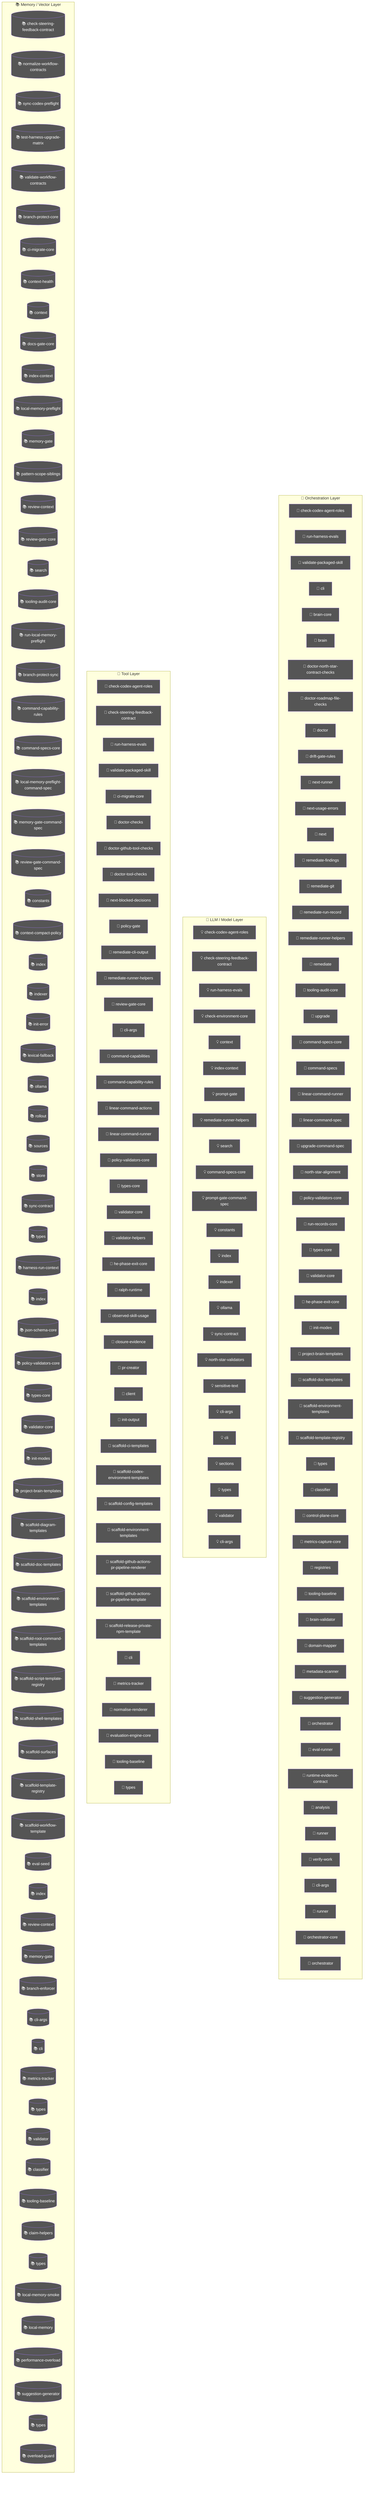
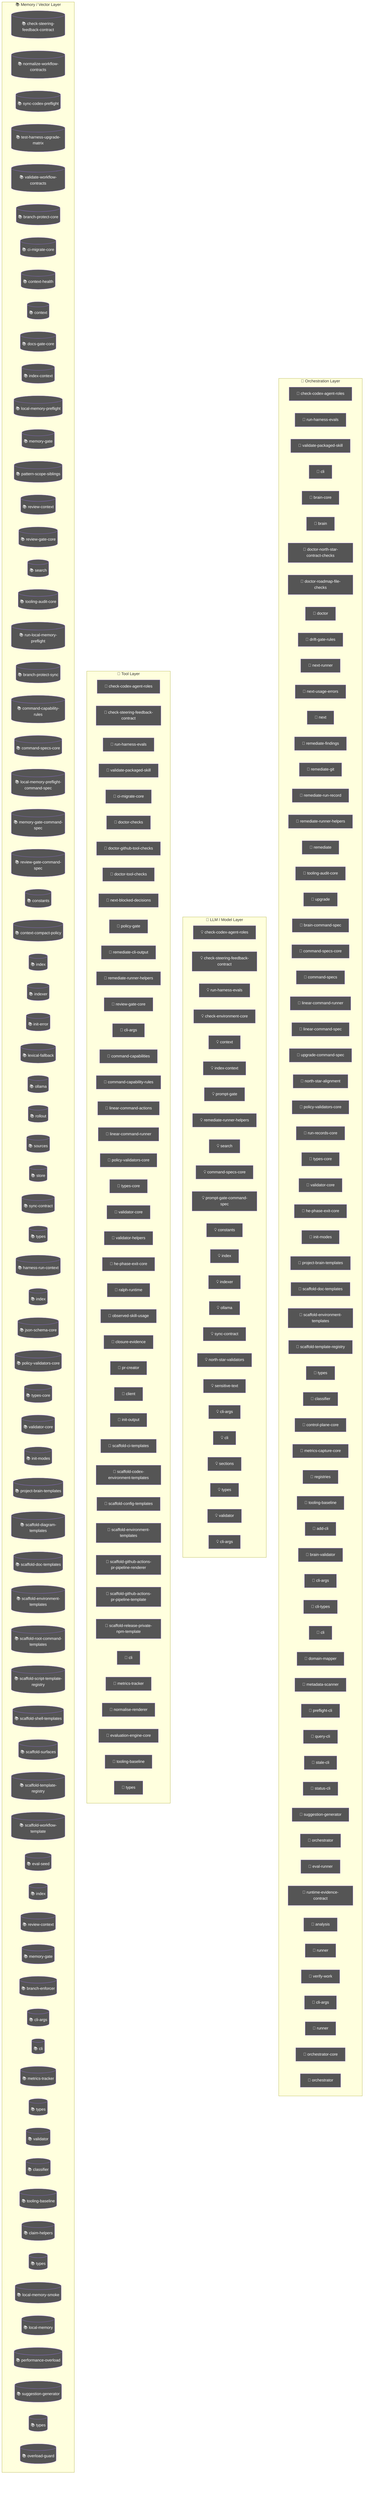
flowchart TD
  subgraph Orchestration["🎯 Orchestration Layer"]
    node_agent_mmd_orchestration_layer_orchestration_chec_7a9f0b64["🤖 check-codex-agent-roles"]
    node_agent_mmd_orchestration_layer_orchestration_run__18817957["🤖 run-harness-evals"]
    node_agent_mmd_orchestration_layer_orchestration_vali_c01b04be["🤖 validate-packaged-skill"]
    cli_99bb8840["🤖 cli"]
    brain_core_aa07c380["🤖 brain-core"]
    brain_bbbf7a64["🤖 brain"]
    doctor_north_star_contract_checks_0048124c["🤖 doctor-north-star-contract-checks"]
    doctor_roadmap_file_checks_14447b8e["🤖 doctor-roadmap-file-checks"]
    doctor_72f4be89["🤖 doctor"]
    drift_gate_rules_9685e72d["🤖 drift-gate-rules"]
    next_runner_41643472["🤖 next-runner"]
    next_usage_errors_837a345a["🤖 next-usage-errors"]
    next_c6c1c9a9["🤖 next"]
    remediate_findings_8b09c8c6["🤖 remediate-findings"]
    remediate_git_58c6f6f4["🤖 remediate-git"]
    remediate_run_record_9dfe5dc1["🤖 remediate-run-record"]
    node_agent_mmd_orchestration_layer_orchestration_reme_359fe98f["🤖 remediate-runner-helpers"]
    remediate_06b9c7fc["🤖 remediate"]
    node_agent_mmd_orchestration_layer_orchestration_tool_acfe0c01["🤖 tooling-audit-core"]
    upgrade_7fef9479["🤖 upgrade"]
+     brain_command_spec_15b122d5["🤖 brain-command-spec"]
    node_agent_mmd_orchestration_layer_orchestration_comm_1f8cc24c["🤖 command-specs-core"]
    command_specs_69167c63["🤖 command-specs"]
    node_agent_mmd_orchestration_layer_orchestration_line_b67affd5["🤖 linear-command-runner"]
    linear_command_spec_1e12dd44["🤖 linear-command-spec"]
    upgrade_command_spec_03f6c7bd["🤖 upgrade-command-spec"]
    north_star_alignment_00440188["🤖 north-star-alignment"]
    node_agent_mmd_orchestration_layer_orchestration_poli_3270b55d["🤖 policy-validators-core"]
    run_records_core_89286dfa["🤖 run-records-core"]
    node_agent_mmd_orchestration_layer_orchestration_type_7cf81261["🤖 types-core"]
    node_agent_mmd_orchestration_layer_orchestration_vali_d9fe99e6["🤖 validator-core"]
    node_agent_mmd_orchestration_layer_orchestration_he_p_fc778c24["🤖 he-phase-exit-core"]
    node_agent_mmd_orchestration_layer_orchestration_init_2a9c3ecb["🤖 init-modes"]
    node_agent_mmd_orchestration_layer_orchestration_proj_6ab6f60f["🤖 project-brain-templates"]
    node_agent_mmd_orchestration_layer_orchestration_scaf_12cc07db["🤖 scaffold-doc-templates"]
    node_agent_mmd_orchestration_layer_orchestration_scaf_c9a90c2f["🤖 scaffold-environment-templates"]
    node_agent_mmd_orchestration_layer_orchestration_scaf_ff8f92f6["🤖 scaffold-template-registry"]
    types_9_1db4641f["🤖 types"]
    node_agent_mmd_orchestration_layer_orchestration_clas_899b821a["🤖 classifier"]
    control_plane_core_db3b4cb2["🤖 control-plane-core"]
    metrics_capture_core_db4bf7cf["🤖 metrics-capture-core"]
    registries_06402afa["🤖 registries"]
    node_agent_mmd_orchestration_layer_orchestration_tool_cc43149f["🤖 tooling-baseline"]
+     add_cli_7614de25["🤖 add-cli"]
    brain_validator_be251832["🤖 brain-validator"]
+     cli_args_8_d546936e["🤖 cli-args"]
+     cli_types_1686e858["🤖 cli-types"]
+     cli_7_dc4a9f7f["🤖 cli"]
    domain_mapper_cd9333d2["🤖 domain-mapper"]
    metadata_scanner_6a101b66["🤖 metadata-scanner"]
+     preflight_cli_5d148379["🤖 preflight-cli"]
+     query_cli_b95be64d["🤖 query-cli"]
+     stale_cli_64548720["🤖 stale-cli"]
+     status_cli_4c24a0d6["🤖 status-cli"]
    node_agent_mmd_orchestration_layer_orchestration_sugg_85c5ebe3["🤖 suggestion-generator"]
    orchestrator_11376b7e["🤖 orchestrator"]
    eval_runner_0966a6b3["🤖 eval-runner"]
    runtime_evidence_contract_0f7b15b2["🤖 runtime-evidence-contract"]
    analysis_f44e85c4["🤖 analysis"]
    runner_527aa9f4["🤖 runner"]
    verify_work_1_cd8e7ec3["🤖 verify-work"]
-     cli_args_13_c585e27d["🤖 cli-args"]
+     cli_args_14_3481043e["🤖 cli-args"]
    runner_1_6f281bf8["🤖 runner"]
    orchestrator_core_d0678b53["🤖 orchestrator-core"]
    orchestrator_1_6b7137c5["🤖 orchestrator"]
  end
  subgraph LLMLayer["🧠 LLM / Model Layer"]
    node_agent_mmd_llm_model_layer_llmlayer_check_codex_a_29e7b7fa["💡 check-codex-agent-roles"]
    node_agent_mmd_llm_model_layer_llmlayer_check_steerin_a7dbbd2f["💡 check-steering-feedback-contract"]
    node_agent_mmd_llm_model_layer_llmlayer_run_harness_e_603fcfdc["💡 run-harness-evals"]
    check_environment_core_2c16213f["💡 check-environment-core"]
    node_agent_mmd_llm_model_layer_llmlayer_context_conte_ad2dfbd9["💡 context"]
    node_agent_mmd_llm_model_layer_llmlayer_index_context_1041bd11["💡 index-context"]
    prompt_gate_c5e9d207["💡 prompt-gate"]
    node_agent_mmd_llm_model_layer_llmlayer_remediate_run_9e3d4585["💡 remediate-runner-helpers"]
    node_agent_mmd_llm_model_layer_llmlayer_search_search_66b9a911["💡 search"]
    node_agent_mmd_llm_model_layer_llmlayer_command_specs_782af9fa["💡 command-specs-core"]
    prompt_gate_command_spec_9a941482["💡 prompt-gate-command-spec"]
    node_agent_mmd_llm_model_layer_llmlayer_constants_con_c9bd3f6c["💡 constants"]
    node_agent_mmd_llm_model_layer_llmlayer_index_index_1_02e160ff["💡 index"]
    node_agent_mmd_llm_model_layer_llmlayer_indexer_index_4f4deef5["💡 indexer"]
    node_agent_mmd_llm_model_layer_llmlayer_ollama_ollama_968b23fa["💡 ollama"]
    node_agent_mmd_llm_model_layer_llmlayer_sync_contract_9f3cc8c1["💡 sync-contract"]
    north_star_validators_cfc926ce["💡 north-star-validators"]
    sensitive_text_7c11f760["💡 sensitive-text"]
-     cli_args_8_d546936e["💡 cli-args"]
-     cli_7_dc4a9f7f["💡 cli"]
+     cli_args_9_9c136878["💡 cli-args"]
+     cli_8_e3a6ce03["💡 cli"]
    sections_4697ef32["💡 sections"]
    types_19_eb4ad5f0["💡 types"]
    validator_6_3688adbf["💡 validator"]
-     cli_args_9_9c136878["💡 cli-args"]
+     cli_args_10_861cdd3f["💡 cli-args"]
  end
  subgraph ToolLayer["🔧 Tool Layer"]
    node_agent_mmd_tool_layer_toollayer_check_codex_agent_4b361d5a["🔧 check-codex-agent-roles"]
    node_agent_mmd_tool_layer_toollayer_check_steering_fe_84ed22c2["🔧 check-steering-feedback-contract"]
    node_agent_mmd_tool_layer_toollayer_run_harness_evals_e2ee24f1["🔧 run-harness-evals"]
    node_agent_mmd_tool_layer_toollayer_validate_packaged_f6ed6f12["🔧 validate-packaged-skill"]
    node_agent_mmd_tool_layer_toollayer_ci_migrate_core_c_049f8460["🔧 ci-migrate-core"]
    doctor_checks_5a2eb2b9["🔧 doctor-checks"]
    doctor_github_tool_checks_a53b0382["🔧 doctor-github-tool-checks"]
    doctor_tool_checks_4acac51a["🔧 doctor-tool-checks"]
    next_blocked_decisions_4140ad2b["🔧 next-blocked-decisions"]
    policy_gate_213f7313["🔧 policy-gate"]
    remediate_cli_output_cc165396["🔧 remediate-cli-output"]
    node_agent_mmd_tool_layer_toollayer_remediate_runner__c003b871["🔧 remediate-runner-helpers"]
    node_agent_mmd_tool_layer_toollayer_review_gate_core__7704598b["🔧 review-gate-core"]
    cli_args_1_6144b055["🔧 cli-args"]
    command_capabilities_a4d5c71e["🔧 command-capabilities"]
    node_agent_mmd_tool_layer_toollayer_command_capabilit_e97a4615["🔧 command-capability-rules"]
    linear_command_actions_e430f4f4["🔧 linear-command-actions"]
    node_agent_mmd_tool_layer_toollayer_linear_command_ru_d6763748["🔧 linear-command-runner"]
    node_agent_mmd_tool_layer_toollayer_policy_validators_af136abf["🔧 policy-validators-core"]
    node_agent_mmd_tool_layer_toollayer_types_core_types__6c8319b6["🔧 types-core"]
    node_agent_mmd_tool_layer_toollayer_validator_core_va_6ef6131f["🔧 validator-core"]
    validator_helpers_7b927667["🔧 validator-helpers"]
    node_agent_mmd_tool_layer_toollayer_he_phase_exit_cor_af016160["🔧 he-phase-exit-core"]
    ralph_runtime_73d63c0e["🔧 ralph-runtime"]
    observed_skill_usage_ed7d5930["🔧 observed-skill-usage"]
    closure_evidence_aaa31467["🔧 closure-evidence"]
    pr_creator_dc6b1ea4["🔧 pr-creator"]
    client_948fe603["🔧 client"]
    init_output_360dce91["🔧 init-output"]
    scaffold_ci_templates_2afd6392["🔧 scaffold-ci-templates"]
    scaffold_codex_environment_templates_334fbbed["🔧 scaffold-codex-environment-templates"]
    scaffold_config_templates_4b80ce53["🔧 scaffold-config-templates"]
    node_agent_mmd_tool_layer_toollayer_scaffold_environm_c1afc013["🔧 scaffold-environment-templates"]
    scaffold_github_actions_pr_pipeline_renderer_1ee18de5["🔧 scaffold-github-actions-pr-pipeline-renderer"]
    scaffold_github_actions_pr_pipeline_template_e2b85f62["🔧 scaffold-github-actions-pr-pipeline-template"]
    scaffold_release_private_npm_template_075499f8["🔧 scaffold-release-private-npm-template"]
    node_agent_mmd_tool_layer_toollayer_cli_cli_2_1_32d9eeaf["🔧 cli"]
    node_agent_mmd_tool_layer_toollayer_metrics_tracker_m_4c9237d8["🔧 metrics-tracker"]
    normalise_renderer_85f2e563["🔧 normalise-renderer"]
    evaluation_engine_core_e054fe49["🔧 evaluation-engine-core"]
    node_agent_mmd_tool_layer_toollayer_tooling_baseline__61e66e9f["🔧 tooling-baseline"]
    types_25_89d086aa["🔧 types"]
  end
  subgraph MemoryLayer["📚 Memory / Vector Layer"]
    node_agent_mmd_memory_vector_layer_memorylayer_check__d71f8993[("📚 check-steering-feedback-contract")]
    normalize_workflow_contracts_8701f1c8[("📚 normalize-workflow-contracts")]
    sync_codex_preflight_7e7a8dc2[("📚 sync-codex-preflight")]
    test_harness_upgrade_matrix_84113c4e[("📚 test-harness-upgrade-matrix")]
    validate_workflow_contracts_33dc063c[("📚 validate-workflow-contracts")]
    branch_protect_core_a8feb0fd[("📚 branch-protect-core")]
    node_agent_mmd_memory_vector_layer_memorylayer_ci_mig_0cd5b1a4[("📚 ci-migrate-core")]
    context_health_80bb7da9[("📚 context-health")]
    node_agent_mmd_memory_vector_layer_memorylayer_contex_78ceaaa9[("📚 context")]
    docs_gate_core_eb9b6c18[("📚 docs-gate-core")]
    node_agent_mmd_memory_vector_layer_memorylayer_index__6f3402d0[("📚 index-context")]
    local_memory_preflight_dcc36c42[("📚 local-memory-preflight")]
    memory_gate_a577a506[("📚 memory-gate")]
    pattern_scope_siblings_43abe000[("📚 pattern-scope-siblings")]
    review_context_ca6cf81d[("📚 review-context")]
    node_agent_mmd_memory_vector_layer_memorylayer_review_5bee9816[("📚 review-gate-core")]
    node_agent_mmd_memory_vector_layer_memorylayer_search_ac35cb7e[("📚 search")]
    node_agent_mmd_memory_vector_layer_memorylayer_toolin_a1185b8f[("📚 tooling-audit-core")]
    run_local_memory_preflight_36e92808[("📚 run-local-memory-preflight")]
    branch_protect_sync_570adb18[("📚 branch-protect-sync")]
    node_agent_mmd_memory_vector_layer_memorylayer_comman_c72a5d05[("📚 command-capability-rules")]
    node_agent_mmd_memory_vector_layer_memorylayer_comman_111eb454[("📚 command-specs-core")]
    local_memory_preflight_command_spec_9e23f3ce[("📚 local-memory-preflight-command-spec")]
    memory_gate_command_spec_dc9001a9[("📚 memory-gate-command-spec")]
    review_gate_command_spec_3187376a[("📚 review-gate-command-spec")]
    node_agent_mmd_memory_vector_layer_memorylayer_consta_702d3f46[("📚 constants")]
    context_compact_policy_3dcaf95d[("📚 context-compact-policy")]
    node_agent_mmd_memory_vector_layer_memorylayer_index__752bc61e[("📚 index")]
    node_agent_mmd_memory_vector_layer_memorylayer_indexe_93e6d86f[("📚 indexer")]
    init_error_5c7dd49f[("📚 init-error")]
    lexical_fallback_723e2b3e[("📚 lexical-fallback")]
    node_agent_mmd_memory_vector_layer_memorylayer_ollama_6d51be16[("📚 ollama")]
    rollout_a4fa034c[("📚 rollout")]
    sources_878a52fc[("📚 sources")]
    store_824d80d7[("📚 store")]
    node_agent_mmd_memory_vector_layer_memorylayer_sync_c_e43418bc[("📚 sync-contract")]
    types_4_822d0f88[("📚 types")]
    harness_run_context_ac7c77a9[("📚 harness-run-context")]
    index_1_faebc14e[("📚 index")]
    json_schema_core_96d7e328[("📚 json-schema-core")]
    node_agent_mmd_memory_vector_layer_memorylayer_policy_1944de42[("📚 policy-validators-core")]
    node_agent_mmd_memory_vector_layer_memorylayer_types__83f369fa[("📚 types-core")]
    node_agent_mmd_memory_vector_layer_memorylayer_valida_41034356[("📚 validator-core")]
    node_agent_mmd_memory_vector_layer_memorylayer_init_m_333d02c5[("📚 init-modes")]
    node_agent_mmd_memory_vector_layer_memorylayer_projec_3ae304d9[("📚 project-brain-templates")]
    scaffold_diagram_templates_dd88e83c[("📚 scaffold-diagram-templates")]
    node_agent_mmd_memory_vector_layer_memorylayer_scaffo_5fd73b94[("📚 scaffold-doc-templates")]
    node_agent_mmd_memory_vector_layer_memorylayer_scaffo_12b42341[("📚 scaffold-environment-templates")]
    scaffold_root_command_templates_404fed7f[("📚 scaffold-root-command-templates")]
    scaffold_script_template_registry_69312d4e[("📚 scaffold-script-template-registry")]
    scaffold_shell_templates_0ad0f915[("📚 scaffold-shell-templates")]
    scaffold_surfaces_12d6494e[("📚 scaffold-surfaces")]
    node_agent_mmd_memory_vector_layer_memorylayer_scaffo_a86eece1[("📚 scaffold-template-registry")]
    scaffold_workflow_template_92310587[("📚 scaffold-workflow-template")]
    eval_seed_5699fd3e[("📚 eval-seed")]
    index_4_013aa0e3[("📚 index")]
    review_context_1_e3afed15[("📚 review-context")]
    memory_gate_1_265164ac[("📚 memory-gate")]
    branch_enforcer_acb749cd[("📚 branch-enforcer")]
    cli_args_5_09ea29f0[("📚 cli-args")]
    node_agent_mmd_memory_vector_layer_memorylayer_cli_cl_1f1f89ab[("📚 cli")]
    node_agent_mmd_memory_vector_layer_memorylayer_metric_12562178[("📚 metrics-tracker")]
    types_11_4be3ee64[("📚 types")]
    validator_4_5180cf23[("📚 validator")]
    node_agent_mmd_memory_vector_layer_memorylayer_classi_1ebbf5ff[("📚 classifier")]
    node_agent_mmd_memory_vector_layer_memorylayer_toolin_14f86b00[("📚 tooling-baseline")]
    claim_helpers_20dc8387[("📚 claim-helpers")]
    types_16_0fae1112[("📚 types")]
    local_memory_smoke_1175abfc[("📚 local-memory-smoke")]
    local_memory_0db17ecc[("📚 local-memory")]
    performance_overload_c685bfcf[("📚 performance-overload")]
    node_agent_mmd_memory_vector_layer_memorylayer_sugges_267f408d[("📚 suggestion-generator")]
    types_23_4352ee2e[("📚 types")]
    overload_guard_2748c559[("📚 overload-guard")]
  end
  classDef agentNode fill:#555,color:#fff
-   class node_agent_mmd_orchestration_layer_orchestration_chec_7a9f0b64,node_agent_mmd_llm_model_layer_llmlayer_check_codex_a_29e7b7fa,node_agent_mmd_tool_layer_toollayer_check_codex_agent_4b361d5a,node_agent_mmd_orchestration_layer_orchestration_run__18817957,node_agent_mmd_llm_model_layer_llmlayer_run_harness_e_603fcfdc,node_agent_mmd_tool_layer_toollayer_run_harness_evals_e2ee24f1,node_agent_mmd_orchestration_layer_orchestration_vali_c01b04be,node_agent_mmd_tool_layer_toollayer_validate_packaged_f6ed6f12,cli_99bb8840,brain_core_aa07c380,brain_bbbf7a64,doctor_north_star_contract_checks_0048124c,doctor_roadmap_file_checks_14447b8e,doctor_72f4be89,drift_gate_rules_9685e72d,next_runner_41643472,next_usage_errors_837a345a,next_c6c1c9a9,remediate_findings_8b09c8c6,remediate_git_58c6f6f4,remediate_run_record_9dfe5dc1,node_agent_mmd_orchestration_layer_orchestration_reme_359fe98f,node_agent_mmd_llm_model_layer_llmlayer_remediate_run_9e3d4585,node_agent_mmd_tool_layer_toollayer_remediate_runner__c003b871,remediate_06b9c7fc,node_agent_mmd_orchestration_layer_orchestration_tool_acfe0c01,node_agent_mmd_memory_vector_layer_memorylayer_toolin_a1185b8f,upgrade_7fef9479,node_agent_mmd_orchestration_layer_orchestration_comm_1f8cc24c,node_agent_mmd_llm_model_layer_llmlayer_command_specs_782af9fa,node_agent_mmd_memory_vector_layer_memorylayer_comman_111eb454,command_specs_69167c63,node_agent_mmd_orchestration_layer_orchestration_line_b67affd5,node_agent_mmd_tool_layer_toollayer_linear_command_ru_d6763748,linear_command_spec_1e12dd44,upgrade_command_spec_03f6c7bd,north_star_alignment_00440188,node_agent_mmd_orchestration_layer_orchestration_poli_3270b55d,node_agent_mmd_tool_layer_toollayer_policy_validators_af136abf,node_agent_mmd_memory_vector_layer_memorylayer_policy_1944de42,run_records_core_89286dfa,node_agent_mmd_orchestration_layer_orchestration_type_7cf81261,node_agent_mmd_tool_layer_toollayer_types_core_types__6c8319b6,node_agent_mmd_memory_vector_layer_memorylayer_types__83f369fa,node_agent_mmd_orchestration_layer_orchestration_vali_d9fe99e6,node_agent_mmd_tool_layer_toollayer_validator_core_va_6ef6131f,node_agent_mmd_memory_vector_layer_memorylayer_valida_41034356,node_agent_mmd_orchestration_layer_orchestration_he_p_fc778c24,node_agent_mmd_tool_layer_toollayer_he_phase_exit_cor_af016160,node_agent_mmd_orchestration_layer_orchestration_init_2a9c3ecb,node_agent_mmd_memory_vector_layer_memorylayer_init_m_333d02c5,node_agent_mmd_orchestration_layer_orchestration_proj_6ab6f60f,node_agent_mmd_memory_vector_layer_memorylayer_projec_3ae304d9,node_agent_mmd_orchestration_layer_orchestration_scaf_12cc07db,node_agent_mmd_memory_vector_layer_memorylayer_scaffo_5fd73b94,node_agent_mmd_orchestration_layer_orchestration_scaf_c9a90c2f,node_agent_mmd_tool_layer_toollayer_scaffold_environm_c1afc013,node_agent_mmd_memory_vector_layer_memorylayer_scaffo_12b42341,node_agent_mmd_orchestration_layer_orchestration_scaf_ff8f92f6,node_agent_mmd_memory_vector_layer_memorylayer_scaffo_a86eece1,types_9_1db4641f,node_agent_mmd_orchestration_layer_orchestration_clas_899b821a,node_agent_mmd_memory_vector_layer_memorylayer_classi_1ebbf5ff,control_plane_core_db3b4cb2,metrics_capture_core_db4bf7cf,registries_06402afa,node_agent_mmd_orchestration_layer_orchestration_tool_cc43149f,node_agent_mmd_tool_layer_toollayer_tooling_baseline__61e66e9f,node_agent_mmd_memory_vector_layer_memorylayer_toolin_14f86b00,brain_validator_be251832,domain_mapper_cd9333d2,metadata_scanner_6a101b66,node_agent_mmd_orchestration_layer_orchestration_sugg_85c5ebe3,node_agent_mmd_memory_vector_layer_memorylayer_sugges_267f408d,orchestrator_11376b7e,eval_runner_0966a6b3,runtime_evidence_contract_0f7b15b2,analysis_f44e85c4,runner_527aa9f4,verify_work_1_cd8e7ec3,cli_args_13_c585e27d,runner_1_6f281bf8,orchestrator_core_d0678b53,orchestrator_1_6b7137c5 agentNode
+   class node_agent_mmd_orchestration_layer_orchestration_chec_7a9f0b64,node_agent_mmd_llm_model_layer_llmlayer_check_codex_a_29e7b7fa,node_agent_mmd_tool_layer_toollayer_check_codex_agent_4b361d5a,node_agent_mmd_orchestration_layer_orchestration_run__18817957,node_agent_mmd_llm_model_layer_llmlayer_run_harness_e_603fcfdc,node_agent_mmd_tool_layer_toollayer_run_harness_evals_e2ee24f1,node_agent_mmd_orchestration_layer_orchestration_vali_c01b04be,node_agent_mmd_tool_layer_toollayer_validate_packaged_f6ed6f12,cli_99bb8840,brain_core_aa07c380,brain_bbbf7a64,doctor_north_star_contract_checks_0048124c,doctor_roadmap_file_checks_14447b8e,doctor_72f4be89,drift_gate_rules_9685e72d,next_runner_41643472,next_usage_errors_837a345a,next_c6c1c9a9,remediate_findings_8b09c8c6,remediate_git_58c6f6f4,remediate_run_record_9dfe5dc1,node_agent_mmd_orchestration_layer_orchestration_reme_359fe98f,node_agent_mmd_llm_model_layer_llmlayer_remediate_run_9e3d4585,node_agent_mmd_tool_layer_toollayer_remediate_runner__c003b871,remediate_06b9c7fc,node_agent_mmd_orchestration_layer_orchestration_tool_acfe0c01,node_agent_mmd_memory_vector_layer_memorylayer_toolin_a1185b8f,upgrade_7fef9479,brain_command_spec_15b122d5,node_agent_mmd_orchestration_layer_orchestration_comm_1f8cc24c,node_agent_mmd_llm_model_layer_llmlayer_command_specs_782af9fa,node_agent_mmd_memory_vector_layer_memorylayer_comman_111eb454,command_specs_69167c63,node_agent_mmd_orchestration_layer_orchestration_line_b67affd5,node_agent_mmd_tool_layer_toollayer_linear_command_ru_d6763748,linear_command_spec_1e12dd44,upgrade_command_spec_03f6c7bd,north_star_alignment_00440188,node_agent_mmd_orchestration_layer_orchestration_poli_3270b55d,node_agent_mmd_tool_layer_toollayer_policy_validators_af136abf,node_agent_mmd_memory_vector_layer_memorylayer_policy_1944de42,run_records_core_89286dfa,node_agent_mmd_orchestration_layer_orchestration_type_7cf81261,node_agent_mmd_tool_layer_toollayer_types_core_types__6c8319b6,node_agent_mmd_memory_vector_layer_memorylayer_types__83f369fa,node_agent_mmd_orchestration_layer_orchestration_vali_d9fe99e6,node_agent_mmd_tool_layer_toollayer_validator_core_va_6ef6131f,node_agent_mmd_memory_vector_layer_memorylayer_valida_41034356,node_agent_mmd_orchestration_layer_orchestration_he_p_fc778c24,node_agent_mmd_tool_layer_toollayer_he_phase_exit_cor_af016160,node_agent_mmd_orchestration_layer_orchestration_init_2a9c3ecb,node_agent_mmd_memory_vector_layer_memorylayer_init_m_333d02c5,node_agent_mmd_orchestration_layer_orchestration_proj_6ab6f60f,node_agent_mmd_memory_vector_layer_memorylayer_projec_3ae304d9,node_agent_mmd_orchestration_layer_orchestration_scaf_12cc07db,node_agent_mmd_memory_vector_layer_memorylayer_scaffo_5fd73b94,node_agent_mmd_orchestration_layer_orchestration_scaf_c9a90c2f,node_agent_mmd_tool_layer_toollayer_scaffold_environm_c1afc013,node_agent_mmd_memory_vector_layer_memorylayer_scaffo_12b42341,node_agent_mmd_orchestration_layer_orchestration_scaf_ff8f92f6,node_agent_mmd_memory_vector_layer_memorylayer_scaffo_a86eece1,types_9_1db4641f,node_agent_mmd_orchestration_layer_orchestration_clas_899b821a,node_agent_mmd_memory_vector_layer_memorylayer_classi_1ebbf5ff,control_plane_core_db3b4cb2,metrics_capture_core_db4bf7cf,registries_06402afa,node_agent_mmd_orchestration_layer_orchestration_tool_cc43149f,node_agent_mmd_tool_layer_toollayer_tooling_baseline__61e66e9f,node_agent_mmd_memory_vector_layer_memorylayer_toolin_14f86b00,add_cli_7614de25,brain_validator_be251832,cli_args_8_d546936e,cli_types_1686e858,cli_7_dc4a9f7f,domain_mapper_cd9333d2,metadata_scanner_6a101b66,preflight_cli_5d148379,query_cli_b95be64d,stale_cli_64548720,status_cli_4c24a0d6,node_agent_mmd_orchestration_layer_orchestration_sugg_85c5ebe3,node_agent_mmd_memory_vector_layer_memorylayer_sugges_267f408d,orchestrator_11376b7e,eval_runner_0966a6b3,runtime_evidence_contract_0f7b15b2,analysis_f44e85c4,runner_527aa9f4,verify_work_1_cd8e7ec3,cli_args_14_3481043e,runner_1_6f281bf8,orchestrator_core_d0678b53,orchestrator_1_6b7137c5 agentNode
  classDef llmNode fill:#555,color:#fff
-   class node_agent_mmd_orchestration_layer_orchestration_chec_7a9f0b64,node_agent_mmd_llm_model_layer_llmlayer_check_codex_a_29e7b7fa,node_agent_mmd_tool_layer_toollayer_check_codex_agent_4b361d5a,node_agent_mmd_llm_model_layer_llmlayer_check_steerin_a7dbbd2f,node_agent_mmd_tool_layer_toollayer_check_steering_fe_84ed22c2,node_agent_mmd_memory_vector_layer_memorylayer_check__d71f8993,node_agent_mmd_orchestration_layer_orchestration_run__18817957,node_agent_mmd_llm_model_layer_llmlayer_run_harness_e_603fcfdc,node_agent_mmd_tool_layer_toollayer_run_harness_evals_e2ee24f1,check_environment_core_2c16213f,node_agent_mmd_llm_model_layer_llmlayer_context_conte_ad2dfbd9,node_agent_mmd_memory_vector_layer_memorylayer_contex_78ceaaa9,node_agent_mmd_llm_model_layer_llmlayer_index_context_1041bd11,node_agent_mmd_memory_vector_layer_memorylayer_index__6f3402d0,prompt_gate_c5e9d207,node_agent_mmd_orchestration_layer_orchestration_reme_359fe98f,node_agent_mmd_llm_model_layer_llmlayer_remediate_run_9e3d4585,node_agent_mmd_tool_layer_toollayer_remediate_runner__c003b871,node_agent_mmd_llm_model_layer_llmlayer_search_search_66b9a911,node_agent_mmd_memory_vector_layer_memorylayer_search_ac35cb7e,node_agent_mmd_orchestration_layer_orchestration_comm_1f8cc24c,node_agent_mmd_llm_model_layer_llmlayer_command_specs_782af9fa,node_agent_mmd_memory_vector_layer_memorylayer_comman_111eb454,prompt_gate_command_spec_9a941482,node_agent_mmd_llm_model_layer_llmlayer_constants_con_c9bd3f6c,node_agent_mmd_memory_vector_layer_memorylayer_consta_702d3f46,node_agent_mmd_llm_model_layer_llmlayer_index_index_1_02e160ff,node_agent_mmd_memory_vector_layer_memorylayer_index__752bc61e,node_agent_mmd_llm_model_layer_llmlayer_indexer_index_4f4deef5,node_agent_mmd_memory_vector_layer_memorylayer_indexe_93e6d86f,node_agent_mmd_llm_model_layer_llmlayer_ollama_ollama_968b23fa,node_agent_mmd_memory_vector_layer_memorylayer_ollama_6d51be16,node_agent_mmd_llm_model_layer_llmlayer_sync_contract_9f3cc8c1,node_agent_mmd_memory_vector_layer_memorylayer_sync_c_e43418bc,north_star_validators_cfc926ce,sensitive_text_7c11f760,cli_args_8_d546936e,cli_7_dc4a9f7f,sections_4697ef32,types_19_eb4ad5f0,validator_6_3688adbf,cli_args_9_9c136878 llmNode
+   class node_agent_mmd_orchestration_layer_orchestration_chec_7a9f0b64,node_agent_mmd_llm_model_layer_llmlayer_check_codex_a_29e7b7fa,node_agent_mmd_tool_layer_toollayer_check_codex_agent_4b361d5a,node_agent_mmd_llm_model_layer_llmlayer_check_steerin_a7dbbd2f,node_agent_mmd_tool_layer_toollayer_check_steering_fe_84ed22c2,node_agent_mmd_memory_vector_layer_memorylayer_check__d71f8993,node_agent_mmd_orchestration_layer_orchestration_run__18817957,node_agent_mmd_llm_model_layer_llmlayer_run_harness_e_603fcfdc,node_agent_mmd_tool_layer_toollayer_run_harness_evals_e2ee24f1,check_environment_core_2c16213f,node_agent_mmd_llm_model_layer_llmlayer_context_conte_ad2dfbd9,node_agent_mmd_memory_vector_layer_memorylayer_contex_78ceaaa9,node_agent_mmd_llm_model_layer_llmlayer_index_context_1041bd11,node_agent_mmd_memory_vector_layer_memorylayer_index__6f3402d0,prompt_gate_c5e9d207,node_agent_mmd_orchestration_layer_orchestration_reme_359fe98f,node_agent_mmd_llm_model_layer_llmlayer_remediate_run_9e3d4585,node_agent_mmd_tool_layer_toollayer_remediate_runner__c003b871,node_agent_mmd_llm_model_layer_llmlayer_search_search_66b9a911,node_agent_mmd_memory_vector_layer_memorylayer_search_ac35cb7e,node_agent_mmd_orchestration_layer_orchestration_comm_1f8cc24c,node_agent_mmd_llm_model_layer_llmlayer_command_specs_782af9fa,node_agent_mmd_memory_vector_layer_memorylayer_comman_111eb454,prompt_gate_command_spec_9a941482,node_agent_mmd_llm_model_layer_llmlayer_constants_con_c9bd3f6c,node_agent_mmd_memory_vector_layer_memorylayer_consta_702d3f46,node_agent_mmd_llm_model_layer_llmlayer_index_index_1_02e160ff,node_agent_mmd_memory_vector_layer_memorylayer_index__752bc61e,node_agent_mmd_llm_model_layer_llmlayer_indexer_index_4f4deef5,node_agent_mmd_memory_vector_layer_memorylayer_indexe_93e6d86f,node_agent_mmd_llm_model_layer_llmlayer_ollama_ollama_968b23fa,node_agent_mmd_memory_vector_layer_memorylayer_ollama_6d51be16,node_agent_mmd_llm_model_layer_llmlayer_sync_contract_9f3cc8c1,node_agent_mmd_memory_vector_layer_memorylayer_sync_c_e43418bc,north_star_validators_cfc926ce,sensitive_text_7c11f760,cli_args_9_9c136878,cli_8_e3a6ce03,sections_4697ef32,types_19_eb4ad5f0,validator_6_3688adbf,cli_args_10_861cdd3f llmNode
  classDef toolNode fill:#555,color:#fff
  class node_agent_mmd_orchestration_layer_orchestration_chec_7a9f0b64,node_agent_mmd_llm_model_layer_llmlayer_check_codex_a_29e7b7fa,node_agent_mmd_tool_layer_toollayer_check_codex_agent_4b361d5a,node_agent_mmd_llm_model_layer_llmlayer_check_steerin_a7dbbd2f,node_agent_mmd_tool_layer_toollayer_check_steering_fe_84ed22c2,node_agent_mmd_memory_vector_layer_memorylayer_check__d71f8993,node_agent_mmd_orchestration_layer_orchestration_run__18817957,node_agent_mmd_llm_model_layer_llmlayer_run_harness_e_603fcfdc,node_agent_mmd_tool_layer_toollayer_run_harness_evals_e2ee24f1,node_agent_mmd_orchestration_layer_orchestration_vali_c01b04be,node_agent_mmd_tool_layer_toollayer_validate_packaged_f6ed6f12,node_agent_mmd_tool_layer_toollayer_ci_migrate_core_c_049f8460,node_agent_mmd_memory_vector_layer_memorylayer_ci_mig_0cd5b1a4,doctor_checks_5a2eb2b9,doctor_github_tool_checks_a53b0382,doctor_tool_checks_4acac51a,next_blocked_decisions_4140ad2b,policy_gate_213f7313,remediate_cli_output_cc165396,node_agent_mmd_orchestration_layer_orchestration_reme_359fe98f,node_agent_mmd_llm_model_layer_llmlayer_remediate_run_9e3d4585,node_agent_mmd_tool_layer_toollayer_remediate_runner__c003b871,node_agent_mmd_tool_layer_toollayer_review_gate_core__7704598b,node_agent_mmd_memory_vector_layer_memorylayer_review_5bee9816,cli_args_1_6144b055,command_capabilities_a4d5c71e,node_agent_mmd_tool_layer_toollayer_command_capabilit_e97a4615,node_agent_mmd_memory_vector_layer_memorylayer_comman_c72a5d05,linear_command_actions_e430f4f4,node_agent_mmd_orchestration_layer_orchestration_line_b67affd5,node_agent_mmd_tool_layer_toollayer_linear_command_ru_d6763748,node_agent_mmd_orchestration_layer_orchestration_poli_3270b55d,node_agent_mmd_tool_layer_toollayer_policy_validators_af136abf,node_agent_mmd_memory_vector_layer_memorylayer_policy_1944de42,node_agent_mmd_orchestration_layer_orchestration_type_7cf81261,node_agent_mmd_tool_layer_toollayer_types_core_types__6c8319b6,node_agent_mmd_memory_vector_layer_memorylayer_types__83f369fa,node_agent_mmd_orchestration_layer_orchestration_vali_d9fe99e6,node_agent_mmd_tool_layer_toollayer_validator_core_va_6ef6131f,node_agent_mmd_memory_vector_layer_memorylayer_valida_41034356,validator_helpers_7b927667,node_agent_mmd_orchestration_layer_orchestration_he_p_fc778c24,node_agent_mmd_tool_layer_toollayer_he_phase_exit_cor_af016160,ralph_runtime_73d63c0e,observed_skill_usage_ed7d5930,closure_evidence_aaa31467,pr_creator_dc6b1ea4,client_948fe603,init_output_360dce91,scaffold_ci_templates_2afd6392,scaffold_codex_environment_templates_334fbbed,scaffold_config_templates_4b80ce53,node_agent_mmd_orchestration_layer_orchestration_scaf_c9a90c2f,node_agent_mmd_tool_layer_toollayer_scaffold_environm_c1afc013,node_agent_mmd_memory_vector_layer_memorylayer_scaffo_12b42341,scaffold_github_actions_pr_pipeline_renderer_1ee18de5,scaffold_github_actions_pr_pipeline_template_e2b85f62,scaffold_release_private_npm_template_075499f8,node_agent_mmd_tool_layer_toollayer_cli_cli_2_1_32d9eeaf,node_agent_mmd_memory_vector_layer_memorylayer_cli_cl_1f1f89ab,node_agent_mmd_tool_layer_toollayer_metrics_tracker_m_4c9237d8,node_agent_mmd_memory_vector_layer_memorylayer_metric_12562178,normalise_renderer_85f2e563,evaluation_engine_core_e054fe49,node_agent_mmd_orchestration_layer_orchestration_tool_cc43149f,node_agent_mmd_tool_layer_toollayer_tooling_baseline__61e66e9f,node_agent_mmd_memory_vector_layer_memorylayer_toolin_14f86b00,types_25_89d086aa toolNode
  classDef memNode fill:#555,color:#fff
  class node_agent_mmd_llm_model_layer_llmlayer_check_steerin_a7dbbd2f,node_agent_mmd_tool_layer_toollayer_check_steering_fe_84ed22c2,node_agent_mmd_memory_vector_layer_memorylayer_check__d71f8993,normalize_workflow_contracts_8701f1c8,sync_codex_preflight_7e7a8dc2,test_harness_upgrade_matrix_84113c4e,validate_workflow_contracts_33dc063c,branch_protect_core_a8feb0fd,node_agent_mmd_tool_layer_toollayer_ci_migrate_core_c_049f8460,node_agent_mmd_memory_vector_layer_memorylayer_ci_mig_0cd5b1a4,context_health_80bb7da9,node_agent_mmd_llm_model_layer_llmlayer_context_conte_ad2dfbd9,node_agent_mmd_memory_vector_layer_memorylayer_contex_78ceaaa9,docs_gate_core_eb9b6c18,node_agent_mmd_llm_model_layer_llmlayer_index_context_1041bd11,node_agent_mmd_memory_vector_layer_memorylayer_index__6f3402d0,local_memory_preflight_dcc36c42,memory_gate_a577a506,pattern_scope_siblings_43abe000,review_context_ca6cf81d,node_agent_mmd_tool_layer_toollayer_review_gate_core__7704598b,node_agent_mmd_memory_vector_layer_memorylayer_review_5bee9816,node_agent_mmd_llm_model_layer_llmlayer_search_search_66b9a911,node_agent_mmd_memory_vector_layer_memorylayer_search_ac35cb7e,node_agent_mmd_orchestration_layer_orchestration_tool_acfe0c01,node_agent_mmd_memory_vector_layer_memorylayer_toolin_a1185b8f,run_local_memory_preflight_36e92808,branch_protect_sync_570adb18,node_agent_mmd_tool_layer_toollayer_command_capabilit_e97a4615,node_agent_mmd_memory_vector_layer_memorylayer_comman_c72a5d05,node_agent_mmd_orchestration_layer_orchestration_comm_1f8cc24c,node_agent_mmd_llm_model_layer_llmlayer_command_specs_782af9fa,node_agent_mmd_memory_vector_layer_memorylayer_comman_111eb454,local_memory_preflight_command_spec_9e23f3ce,memory_gate_command_spec_dc9001a9,review_gate_command_spec_3187376a,node_agent_mmd_llm_model_layer_llmlayer_constants_con_c9bd3f6c,node_agent_mmd_memory_vector_layer_memorylayer_consta_702d3f46,context_compact_policy_3dcaf95d,node_agent_mmd_llm_model_layer_llmlayer_index_index_1_02e160ff,node_agent_mmd_memory_vector_layer_memorylayer_index__752bc61e,node_agent_mmd_llm_model_layer_llmlayer_indexer_index_4f4deef5,node_agent_mmd_memory_vector_layer_memorylayer_indexe_93e6d86f,init_error_5c7dd49f,lexical_fallback_723e2b3e,node_agent_mmd_llm_model_layer_llmlayer_ollama_ollama_968b23fa,node_agent_mmd_memory_vector_layer_memorylayer_ollama_6d51be16,rollout_a4fa034c,sources_878a52fc,store_824d80d7,node_agent_mmd_llm_model_layer_llmlayer_sync_contract_9f3cc8c1,node_agent_mmd_memory_vector_layer_memorylayer_sync_c_e43418bc,types_4_822d0f88,harness_run_context_ac7c77a9,index_1_faebc14e,json_schema_core_96d7e328,node_agent_mmd_orchestration_layer_orchestration_poli_3270b55d,node_agent_mmd_tool_layer_toollayer_policy_validators_af136abf,node_agent_mmd_memory_vector_layer_memorylayer_policy_1944de42,node_agent_mmd_orchestration_layer_orchestration_type_7cf81261,node_agent_mmd_tool_layer_toollayer_types_core_types__6c8319b6,node_agent_mmd_memory_vector_layer_memorylayer_types__83f369fa,node_agent_mmd_orchestration_layer_orchestration_vali_d9fe99e6,node_agent_mmd_tool_layer_toollayer_validator_core_va_6ef6131f,node_agent_mmd_memory_vector_layer_memorylayer_valida_41034356,node_agent_mmd_orchestration_layer_orchestration_init_2a9c3ecb,node_agent_mmd_memory_vector_layer_memorylayer_init_m_333d02c5,node_agent_mmd_orchestration_layer_orchestration_proj_6ab6f60f,node_agent_mmd_memory_vector_layer_memorylayer_projec_3ae304d9,scaffold_diagram_templates_dd88e83c,node_agent_mmd_orchestration_layer_orchestration_scaf_12cc07db,node_agent_mmd_memory_vector_layer_memorylayer_scaffo_5fd73b94,node_agent_mmd_orchestration_layer_orchestration_scaf_c9a90c2f,node_agent_mmd_tool_layer_toollayer_scaffold_environm_c1afc013,node_agent_mmd_memory_vector_layer_memorylayer_scaffo_12b42341,scaffold_root_command_templates_404fed7f,scaffold_script_template_registry_69312d4e,scaffold_shell_templates_0ad0f915,scaffold_surfaces_12d6494e,node_agent_mmd_orchestration_layer_orchestration_scaf_ff8f92f6,node_agent_mmd_memory_vector_layer_memorylayer_scaffo_a86eece1,scaffold_workflow_template_92310587,eval_seed_5699fd3e,index_4_013aa0e3,review_context_1_e3afed15,memory_gate_1_265164ac,branch_enforcer_acb749cd,cli_args_5_09ea29f0,node_agent_mmd_tool_layer_toollayer_cli_cli_2_1_32d9eeaf,node_agent_mmd_memory_vector_layer_memorylayer_cli_cl_1f1f89ab,node_agent_mmd_tool_layer_toollayer_metrics_tracker_m_4c9237d8,node_agent_mmd_memory_vector_layer_memorylayer_metric_12562178,types_11_4be3ee64,validator_4_5180cf23,node_agent_mmd_orchestration_layer_orchestration_clas_899b821a,node_agent_mmd_memory_vector_layer_memorylayer_classi_1ebbf5ff,node_agent_mmd_orchestration_layer_orchestration_tool_cc43149f,node_agent_mmd_tool_layer_toollayer_tooling_baseline__61e66e9f,node_agent_mmd_memory_vector_layer_memorylayer_toolin_14f86b00,claim_helpers_20dc8387,types_16_0fae1112,local_memory_smoke_1175abfc,local_memory_0db17ecc,performance_overload_c685bfcf,node_agent_mmd_orchestration_layer_orchestration_sugg_85c5ebe3,node_agent_mmd_memory_vector_layer_memorylayer_sugges_267f408d,types_23_4352ee2e,overload_guard_2748c559 memNode
